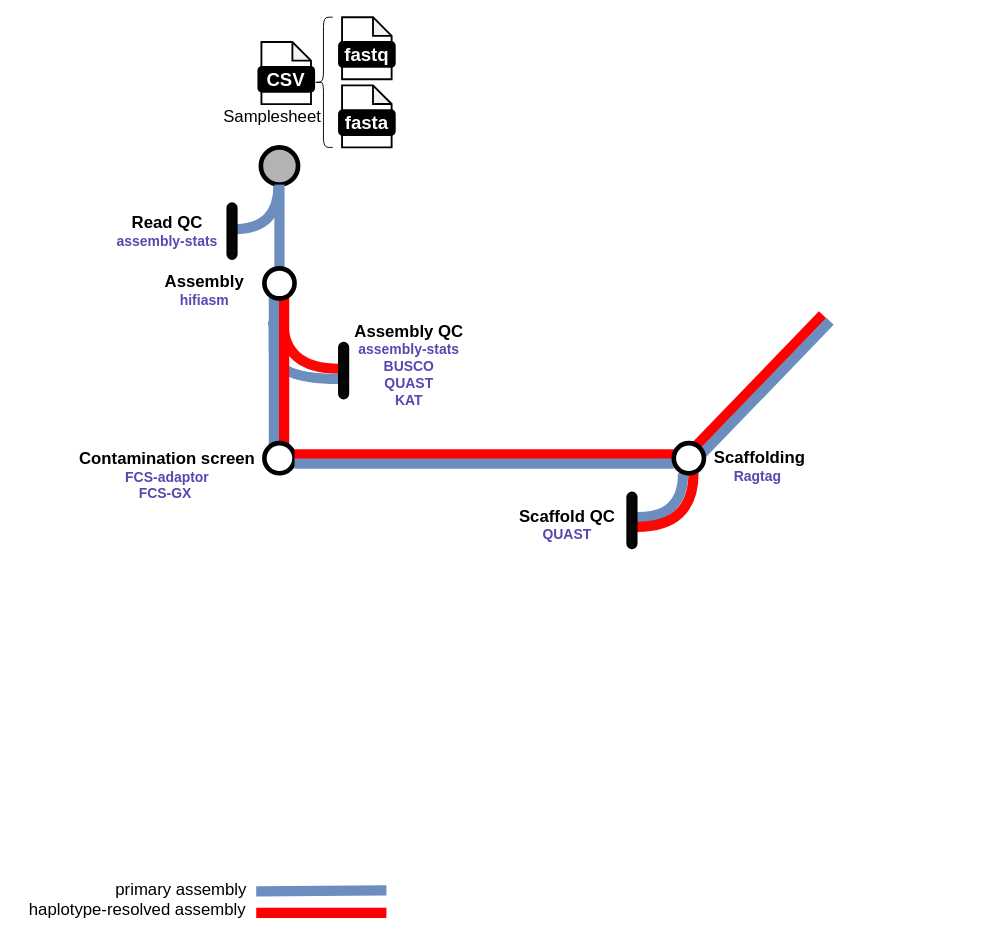
thebioinformaticscro/sbp-hifigenomeassembly keeps this draw.io diagram as docs/images/Assembly_metromap.drawio. Above is the earlier version. Source tidied: cells renumbered, new cells numbered last; positions are measured from the earlier drawing's top-left corner, leaving out a move shared by most shapes. Both pictures are drawn from the tidied source at 93%, with x=0, y=0 at pixel (16, 17).
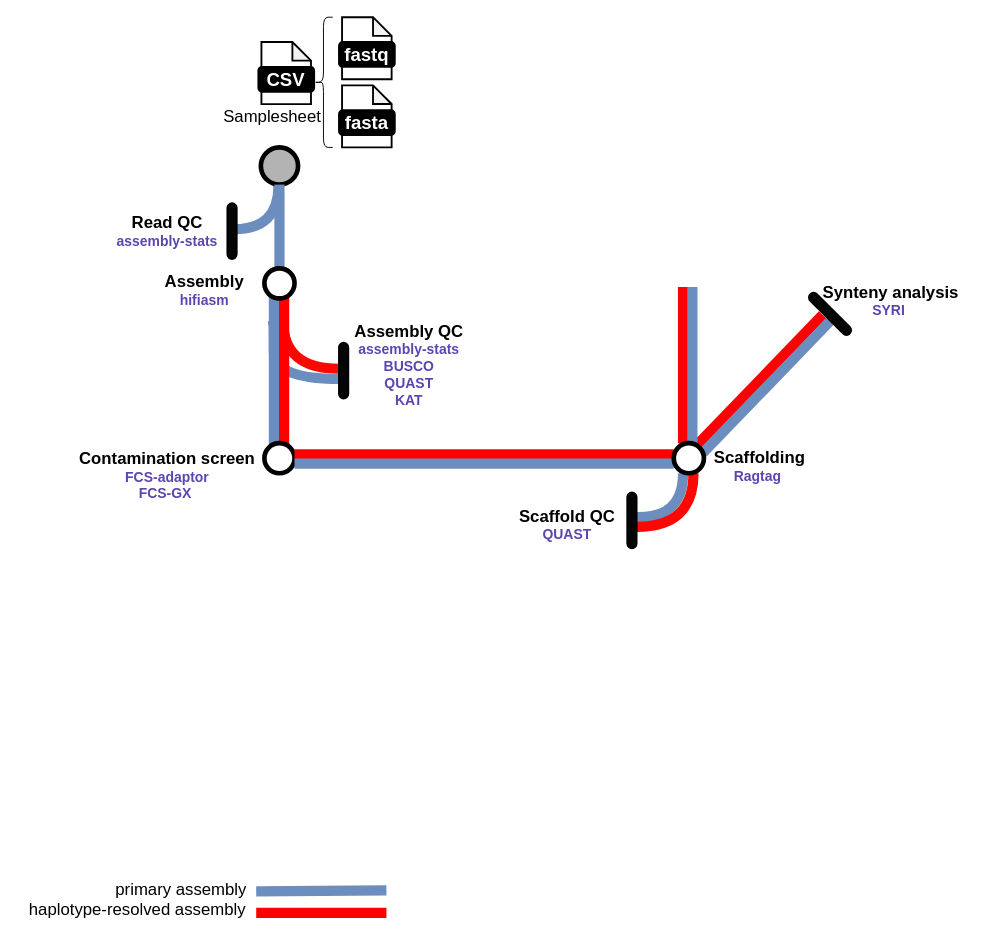
Above is the later version.

What changed in the source:
```diff
@@
+    <mxCell id="44" style="rounded=1;whiteSpace=wrap;html=1;strokeWidth=2;arcSize=50;fillColor=#050505;rotation=-45;" parent="1" vertex="1">
+      <mxGeometry x="870" y="289" width="10" height="60" as="geometry" />
+    </mxCell>
+    <mxCell id="45" value="&lt;span style=&quot;font-size: 18px;&quot;&gt;&lt;b&gt;Synteny analysis&lt;/b&gt;&lt;/span&gt;&lt;br&gt;&lt;div&gt;&lt;b style=&quot;background-color: initial;&quot;&gt;&lt;font color=&quot;#5c45b0&quot; style=&quot;font-size: 15px;&quot;&gt;SYRI&amp;nbsp;&lt;/font&gt;&lt;/b&gt;&lt;/div&gt;" style="text;html=1;align=center;verticalAlign=middle;strokeColor=none;fillColor=none;" parent="1" vertex="1">
+      <mxGeometry x="855" y="280" width="170" height="50" as="geometry" />
+    </mxCell>
+    <mxCell id="46" style="endArrow=none;html=1;rounded=1;strokeWidth=11;fontSize=12;startSize=8;endSize=8;curved=1;exitX=0.5;exitY=1;exitDx=0;exitDy=0;fillColor=#dae8fc;strokeColor=#FF0000;" parent="1" edge="1">
+      <mxGeometry relative="1" as="geometry">
+        <mxPoint x="717" y="458" as="sourcePoint" />
+        <mxPoint x="717" y="290" as="targetPoint" />
+      </mxGeometry>
+    </mxCell>
+    <mxCell id="47" style="endArrow=none;html=1;rounded=1;strokeWidth=11;fontSize=12;startSize=8;endSize=8;curved=1;exitX=0.5;exitY=1;exitDx=0;exitDy=0;fillColor=#dae8fc;strokeColor=#6c8ebf;" parent="1" edge="1">
+      <mxGeometry relative="1" as="geometry">
+        <mxPoint x="727" y="458" as="sourcePoint" />
+        <mxPoint x="727" y="290" as="targetPoint" />
+      </mxGeometry>
+    </mxCell>
```
